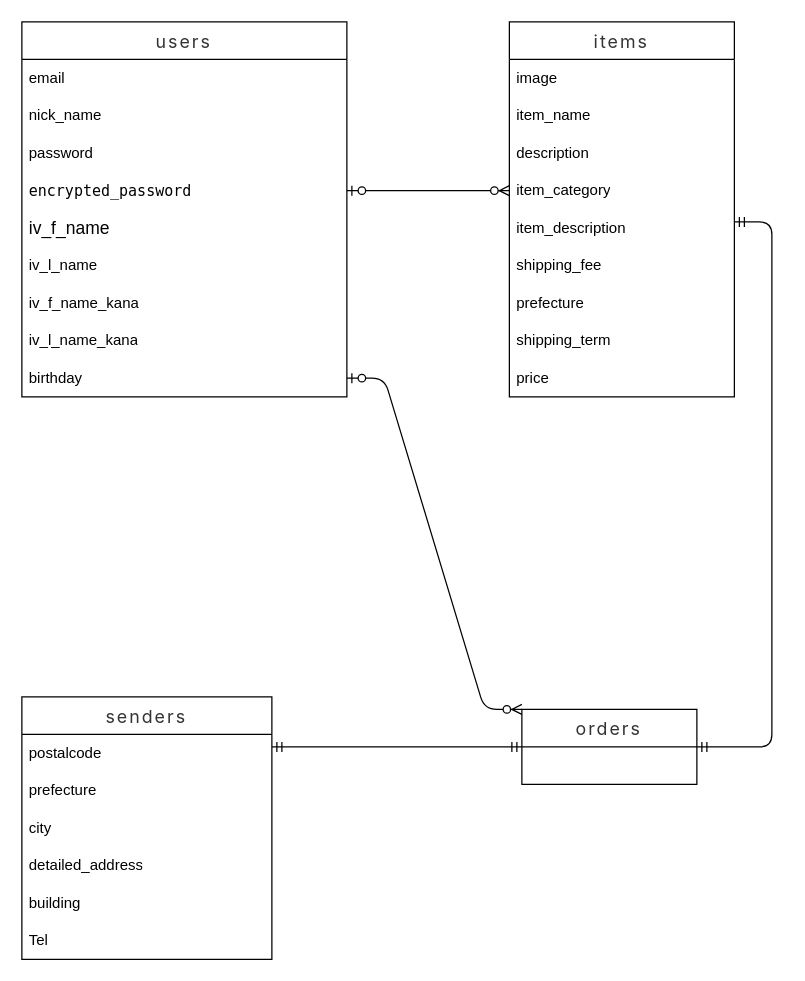
Benishimizu/furima-38830 keeps this draw.io diagram as page "Page-1" (1 of 4) of table.dio. Above is the earlier version. Source tidied: cells renumbered, new cells numbered last; positions are measured from the earlier drawing's top-left corner, leaving out a move shared by most shapes. Both pictures are drawn from the tidied source at 125%, with x=0, y=0 at pixel (21, 21).
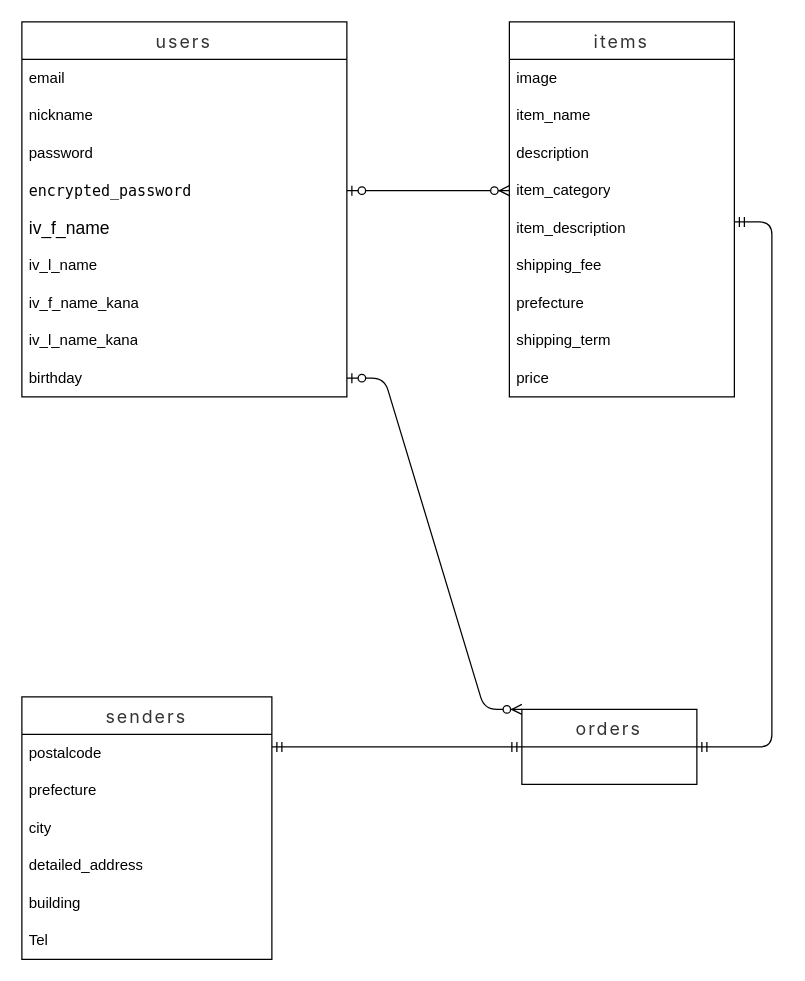
After the change.

The change refers to these unchanged cells:
```xml
<mxCell id="12" value="&lt;span style=&quot;color: rgb(51, 51, 51); font-family: -apple-system, &amp;quot;system-ui&amp;quot;, &amp;quot;Noto Sans JP&amp;quot;, &amp;quot;Hiragino Sans&amp;quot;, &amp;quot;Hiragino Kaku Gothic ProN&amp;quot;, &amp;quot;segoe ui&amp;quot;, メイリオ, Meiryo, &amp;quot;ＭＳ Ｐゴシック&amp;quot;, &amp;quot;MS PGothic&amp;quot;, sans-serif; font-size: 14.24px; letter-spacing: 1.6px; text-align: start; background-color: rgb(255, 255, 255);&quot;&gt;users&lt;/span&gt;" style="swimlane;fontStyle=0;horizontal=1;startSize=30;whiteSpace=wrap;html=1;" parent="1" vertex="1">
  <mxGeometry width="260" height="300" as="geometry" />
</mxCell>
```

Change to the diagram source:
```diff
@@
-    <mxCell id="14" value="nick_name" style="text;strokeColor=none;fillColor=none;align=left;verticalAlign=middle;spacingLeft=4;spacingRight=4;overflow=hidden;whiteSpace=wrap;html=1;" parent="12" vertex="1">
+    <mxCell id="14" value="nickname" style="text;strokeColor=none;fillColor=none;align=left;verticalAlign=middle;spacingLeft=4;spacingRight=4;overflow=hidden;whiteSpace=wrap;html=1;" parent="12" vertex="1">
       <mxGeometry y="60" width="260" height="30" as="geometry" />
     </mxCell>
```
